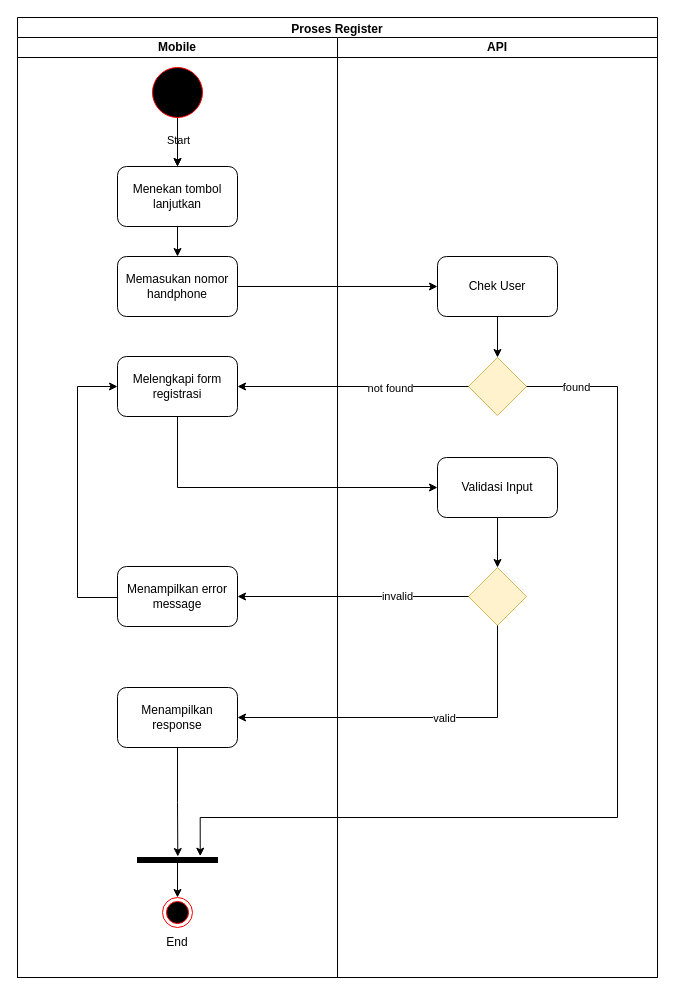
Earlier version of the draw.io diagram page "Register" (1 of 13) of requirements/Activity Diagram.drawio (foxxxesky/Final-Projects-Backend-OVO). Source tidied: cells renumbered, new cells numbered last; positions are measured from the earlier drawing's top-left corner, leaving out a move shared by most shapes. Both pictures are drawn from the tidied source at 100%, with x=0, y=0 at pixel (17, 17).
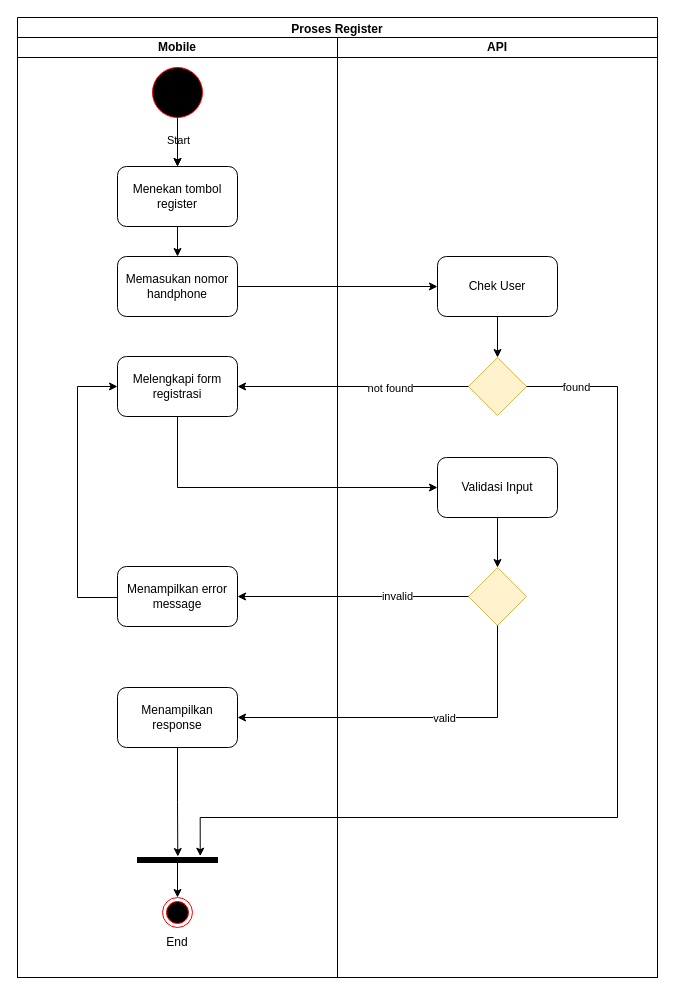
Above is the later version.

The change refers to these unchanged cells:
```xml
<mxCell id="3" value="Mobile" style="swimlane;startSize=20;whiteSpace=wrap;html=1;" parent="2" vertex="1">
  <mxGeometry y="20" width="320" height="940" as="geometry" />
</mxCell>
```

Diff of the diagram source:
```diff
@@
-    <mxCell id="7" value="Menekan tombol lanjutkan" style="rounded=1;whiteSpace=wrap;html=1;fillColor=none;" parent="3" vertex="1">
+    <mxCell id="7" value="Menekan tombol register" style="rounded=1;whiteSpace=wrap;html=1;fillColor=none;" parent="3" vertex="1">
       <mxGeometry x="100" y="129" width="120" height="60" as="geometry" />
     </mxCell>
```
